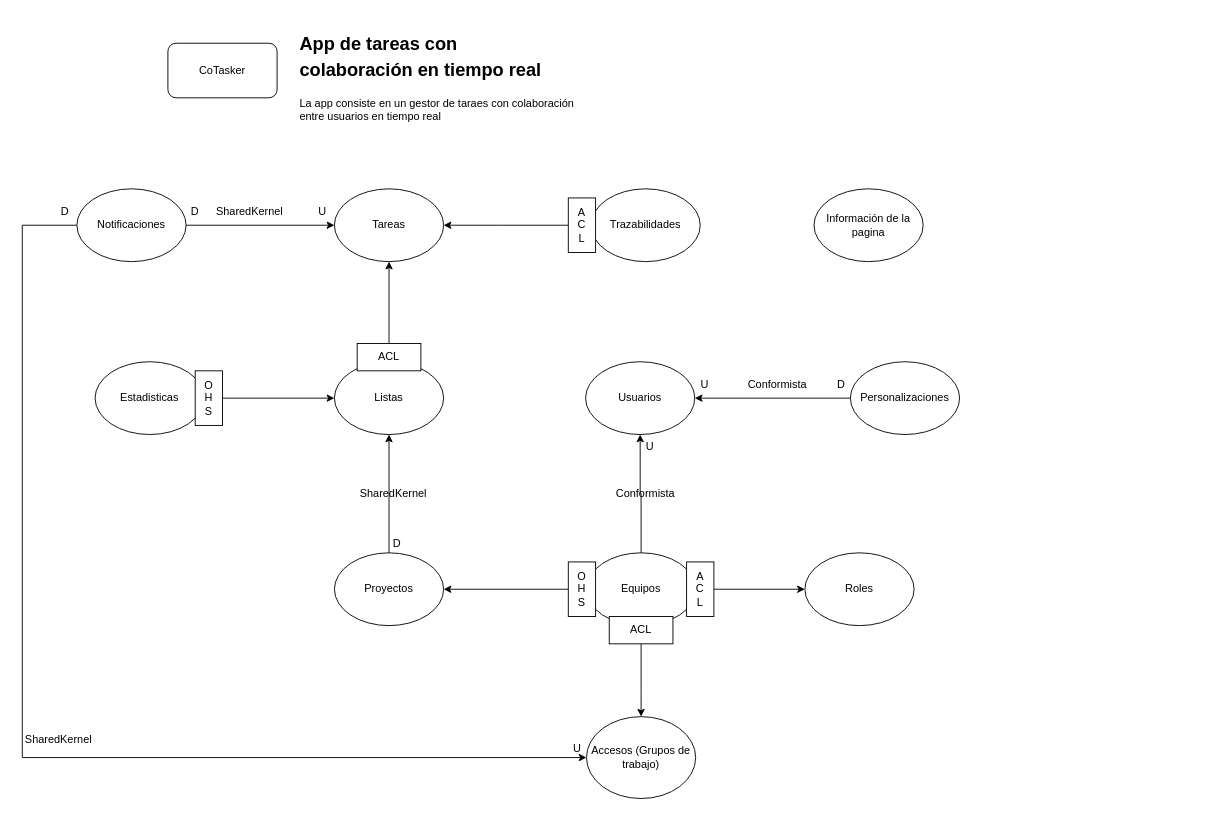
This is page "BoundedContext" (2 of 14) of CoTasker_BoundedContext.drawio from Migue1409-KP/DOO-working-group, a draw.io file, before an edit. Source tidied: cells renumbered, new cells numbered last; positions are measured from the earlier drawing's top-left corner, leaving out a move shared by most shapes. Both pictures are drawn from the tidied source at 91%, with x=0, y=0 at pixel (22, 25).
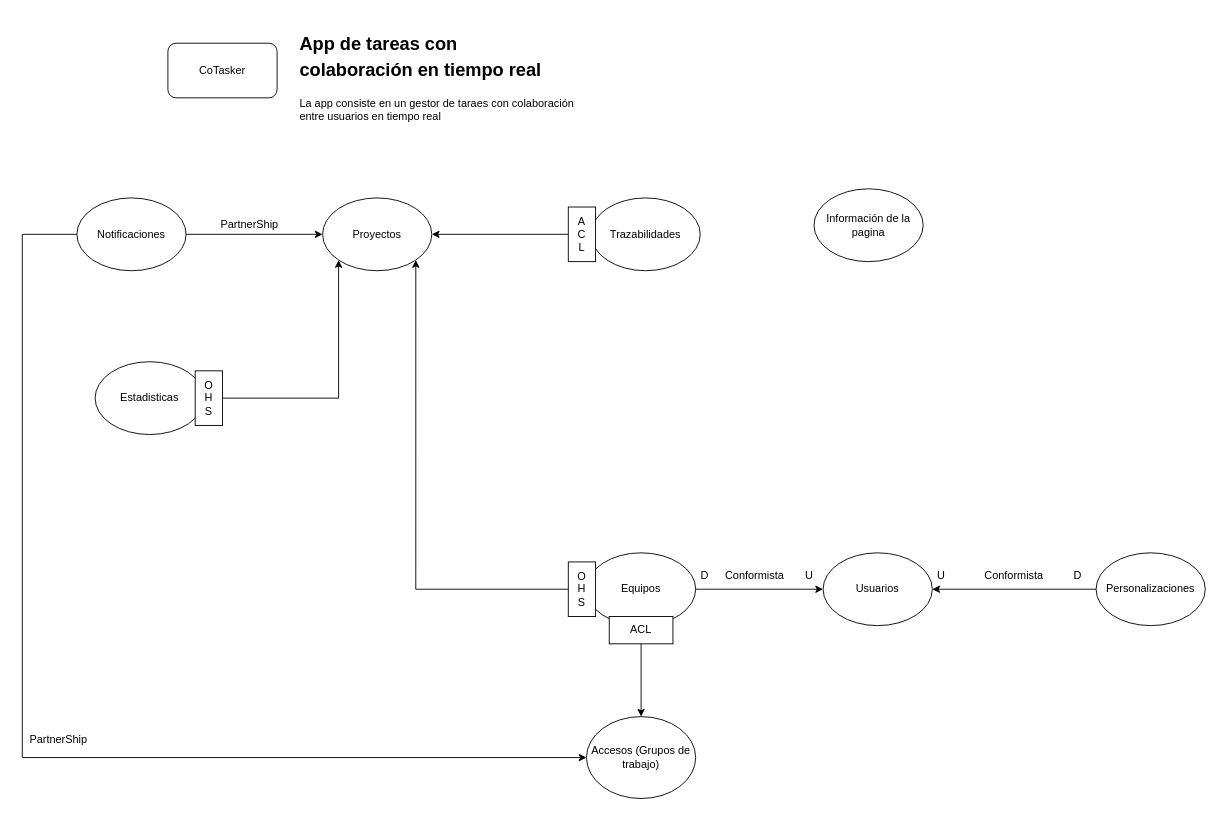
After the change.

Commit message (it also covers changes not shown here):
Integrar Proyectos,listaTareas y tareas en Proyectos. Integrar rolcon Equipo

The change refers to these unchanged cells:
```xml
<mxCell id="7" value="Equipos" style="ellipse;whiteSpace=wrap;html=1;" parent="1" vertex="1">
  <mxGeometry x="620" y="580" width="120" height="80" as="geometry" />
</mxCell>
<mxCell id="16" value="Accesos (Grupos de trabajo)" style="ellipse;whiteSpace=wrap;html=1;" parent="1" vertex="1">
  <mxGeometry x="620" y="760" width="120" height="90" as="geometry" />
</mxCell>
<mxCell id="25" value="O&lt;br&gt;H&lt;br&gt;S" style="rounded=0;whiteSpace=wrap;html=1;" parent="1" vertex="1">
  <mxGeometry x="600" y="590" width="30" height="60" as="geometry" />
</mxCell>
<mxCell id="30" value="O&lt;br&gt;H&lt;br&gt;S" style="rounded=0;whiteSpace=wrap;html=1;" parent="1" vertex="1">
  <mxGeometry x="190" y="380" width="30" height="60" as="geometry" />
</mxCell>
```

Diff of the diagram source:
```diff
@@
-    <mxCell id="3" value="Listas" style="ellipse;whiteSpace=wrap;html=1;" parent="1" vertex="1">
-      <mxGeometry x="343" y="370" width="120" height="80" as="geometry" />
-    </mxCell>
-    <mxCell id="4" value="Tareas" style="ellipse;whiteSpace=wrap;html=1;" parent="1" vertex="1">
-      <mxGeometry x="343" y="180" width="120" height="80" as="geometry" />
-    </mxCell>
@@
-    <mxCell id="6" style="edgeStyle=orthogonalEdgeStyle;rounded=0;jettySize=auto;html=1;exitX=0.5;exitY=0;exitDx=0;exitDy=0;entryX=0.5;entryY=1;entryDx=0;entryDy=0;" parent="1" edge="1" source="7" target="8">
-      <mxGeometry relative="1" as="geometry" />
+    <mxCell id="6" style="edgeStyle=orthogonalEdgeStyle;rounded=0;jettySize=auto;html=1;exitX=1;exitY=0.5;exitDx=0;exitDy=0;entryX=0;entryY=0.5;entryDx=0;entryDy=0;" parent="1" edge="1" source="7" target="8">
+      <mxGeometry relative="1" as="geometry">
+        <Array as="points">
+          <mxPoint x="860" y="620" />
+        </Array>
+      </mxGeometry>
     </mxCell>
@@
     <mxCell id="8" value="Usuarios" style="ellipse;whiteSpace=wrap;html=1;" parent="1" vertex="1">
-      <mxGeometry x="619" y="370" width="120" height="80" as="geometry" />
+      <mxGeometry x="880" y="580" width="120" height="80" as="geometry" />
     </mxCell>
-    <mxCell id="9" value="Roles" style="ellipse;whiteSpace=wrap;html=1;" parent="1" vertex="1">
-      <mxGeometry x="860" y="580" width="120" height="80" as="geometry" />
-    </mxCell>
     <mxCell id="10" value="Trazabilidades" style="ellipse;whiteSpace=wrap;html=1;" parent="1" vertex="1">
-      <mxGeometry x="625" y="180" width="120" height="80" as="geometry" />
+      <mxGeometry x="625" y="190" width="120" height="80" as="geometry" />
     </mxCell>
-    <mxCell id="11" style="edgeStyle=orthogonalEdgeStyle;rounded=0;jettySize=auto;html=1;exitX=0.5;exitY=0;exitDx=0;exitDy=0;entryX=0.5;entryY=1;entryDx=0;entryDy=0;" parent="1" edge="1" source="12" target="3">
-      <mxGeometry relative="1" as="geometry" />
-    </mxCell>
     <mxCell id="12" value="Proyectos" style="ellipse;whiteSpace=wrap;html=1;" parent="1" vertex="1">
-      <mxGeometry x="343" y="580" width="120" height="80" as="geometry" />
+      <mxGeometry x="330" y="190" width="120" height="80" as="geometry" />
     </mxCell>
@@
     <mxCell id="14" value="Personalizaciones" style="ellipse;whiteSpace=wrap;html=1;" parent="1" vertex="1">
-      <mxGeometry x="910" y="370" width="120" height="80" as="geometry" />
+      <mxGeometry x="1180" y="580" width="120" height="80" as="geometry" />
     </mxCell>
@@
     <mxCell id="17" style="edgeStyle=orthogonalEdgeStyle;rounded=0;jettySize=auto;html=1;exitX=0;exitY=0.5;exitDx=0;exitDy=0;entryX=0;entryY=0.5;entryDx=0;entryDy=0;" parent="1" edge="1" source="18" target="16">
       <mxGeometry relative="1" as="geometry">
         <Array as="points">
-          <mxPoint y="220" />
+          <mxPoint y="230" />
           <mxPoint y="805" />
         </Array>
       </mxGeometry>
     </mxCell>
     <mxCell id="18" value="Notificaciones" style="ellipse;whiteSpace=wrap;html=1;" parent="1" vertex="1">
-      <mxGeometry x="60" y="180" width="120" height="80" as="geometry" />
+      <mxGeometry x="60" y="190" width="120" height="80" as="geometry" />
     </mxCell>
-    <mxCell id="19" style="edgeStyle=orthogonalEdgeStyle;rounded=0;jettySize=auto;html=1;entryX=1;entryY=0.5;entryDx=0;entryDy=0;" parent="1" edge="1" source="20" target="4">
+    <mxCell id="19" style="edgeStyle=orthogonalEdgeStyle;rounded=0;jettySize=auto;html=1;entryX=1;entryY=0.5;entryDx=0;entryDy=0;exitX=0;exitY=0.5;exitDx=0;exitDy=0;" parent="1" edge="1" source="20" target="12">
       <mxGeometry relative="1" as="geometry">
         <Array as="points">
-          <mxPoint x="523" y="220" />
-          <mxPoint x="523" y="220" />
+          <mxPoint x="600" y="230" />
         </Array>
       </mxGeometry>
     </mxCell>
     <mxCell id="20" value="A&lt;br&gt;C&lt;br&gt;L" style="rounded=0;whiteSpace=wrap;html=1;" parent="1" vertex="1">
-      <mxGeometry x="600" y="190" width="30" height="60" as="geometry" />
+      <mxGeometry x="600" y="200" width="30" height="60" as="geometry" />
     </mxCell>
-    <mxCell id="21" value="SharedKernel" style="text;html=1;strokeColor=none;fillColor=none;align=center;verticalAlign=middle;whiteSpace=wrap;rounded=0;" parent="1" vertex="1">
-      <mxGeometry x="378" y="500" width="60" height="30" as="geometry" />
-    </mxCell>
-    <mxCell id="22" value="U" style="text;html=1;strokeColor=none;fillColor=none;align=center;verticalAlign=middle;whiteSpace=wrap;rounded=0;" parent="1" vertex="1">
-      <mxGeometry x="300" y="190" width="60" height="30" as="geometry" />
-    </mxCell>
-    <mxCell id="23" value="D" style="text;html=1;strokeColor=none;fillColor=none;align=center;verticalAlign=middle;whiteSpace=wrap;rounded=0;" parent="1" vertex="1">
-      <mxGeometry x="382" y="555" width="60" height="30" as="geometry" />
-    </mxCell>
-    <mxCell id="24" style="edgeStyle=orthogonalEdgeStyle;rounded=0;jettySize=auto;html=1;exitX=0;exitY=0.5;exitDx=0;exitDy=0;entryX=1;entryY=0.5;entryDx=0;entryDy=0;" parent="1" edge="1" source="25" target="12">
-      <mxGeometry relative="1" as="geometry" />
+    <mxCell id="24" style="edgeStyle=orthogonalEdgeStyle;rounded=0;jettySize=auto;html=1;exitX=0;exitY=0.5;exitDx=0;exitDy=0;entryX=1;entryY=1;entryDx=0;entryDy=0;" parent="1" edge="1" target="12">
+      <mxGeometry relative="1" as="geometry">
+        <mxPoint x="630" y="620" as="sourcePoint" />
+        <Array as="points">
+          <mxPoint x="432" y="620" />
+        </Array>
+      </mxGeometry>
     </mxCell>
@@
-    <mxCell id="26" style="edgeStyle=orthogonalEdgeStyle;rounded=0;jettySize=auto;html=1;entryX=0;entryY=0.5;entryDx=0;entryDy=0;exitX=1;exitY=0.5;exitDx=0;exitDy=0;" parent="1" edge="1" source="18" target="4">
+    <mxCell id="26" style="edgeStyle=orthogonalEdgeStyle;rounded=0;jettySize=auto;html=1;entryX=0;entryY=0.5;entryDx=0;entryDy=0;exitX=1;exitY=0.5;exitDx=0;exitDy=0;" parent="1" edge="1" source="18" target="12">
       <mxGeometry relative="1" as="geometry" />
     </mxCell>
-    <mxCell id="27" style="edgeStyle=orthogonalEdgeStyle;rounded=0;jettySize=auto;html=1;" parent="1" edge="1" source="28" target="4">
-      <mxGeometry relative="1" as="geometry" />
-    </mxCell>
-    <mxCell id="28" value="ACL" style="rounded=0;whiteSpace=wrap;html=1;" parent="1" vertex="1">
-      <mxGeometry x="368" y="350" width="70" height="30" as="geometry" />
-    </mxCell>
-    <mxCell id="29" style="edgeStyle=orthogonalEdgeStyle;rounded=0;jettySize=auto;html=1;entryX=0;entryY=0.5;entryDx=0;entryDy=0;" parent="1" edge="1" source="30" target="3">
-      <mxGeometry relative="1" as="geometry" />
-    </mxCell>
+    <mxCell id="48" style="edgeStyle=orthogonalEdgeStyle;rounded=0;jettySize=auto;html=1;entryX=0;entryY=1;entryDx=0;entryDy=0;" parent="1" edge="1" source="30" target="12">
+      <mxGeometry relative="1" as="geometry" />
+    </mxCell>
@@
     <mxCell id="31" value="Conformista" style="text;html=1;strokeColor=none;fillColor=none;align=center;verticalAlign=middle;whiteSpace=wrap;rounded=0;" parent="1" vertex="1">
-      <mxGeometry x="800" y="380" width="60" height="30" as="geometry" />
+      <mxGeometry x="1060" y="590" width="60" height="30" as="geometry" />
     </mxCell>
     <mxCell id="32" value="D" style="text;html=1;strokeColor=none;fillColor=none;align=center;verticalAlign=middle;whiteSpace=wrap;rounded=0;" parent="1" vertex="1">
-      <mxGeometry x="870" y="380" width="60" height="30" as="geometry" />
+      <mxGeometry x="1130" y="590" width="60" height="30" as="geometry" />
     </mxCell>
     <mxCell id="33" value="U" style="text;html=1;strokeColor=none;fillColor=none;align=center;verticalAlign=middle;whiteSpace=wrap;rounded=0;" parent="1" vertex="1">
-      <mxGeometry x="720" y="380" width="60" height="30" as="geometry" />
+      <mxGeometry x="980" y="590" width="60" height="30" as="geometry" />
     </mxCell>
-    <mxCell id="34" style="edgeStyle=orthogonalEdgeStyle;rounded=0;jettySize=auto;html=1;entryX=0;entryY=0.5;entryDx=0;entryDy=0;" parent="1" edge="1" source="35" target="9">
-      <mxGeometry relative="1" as="geometry" />
-    </mxCell>
-    <mxCell id="35" value="A&lt;br&gt;C&lt;br&gt;L" style="rounded=0;whiteSpace=wrap;html=1;" parent="1" vertex="1">
-      <mxGeometry x="730" y="590" width="30" height="60" as="geometry" />
-    </mxCell>
@@
     <mxCell id="41" value="Conformista" style="text;html=1;strokeColor=none;fillColor=none;align=center;verticalAlign=middle;whiteSpace=wrap;rounded=0;" parent="1" vertex="1">
-      <mxGeometry x="655" y="500" width="60" height="30" as="geometry" />
+      <mxGeometry x="775" y="590" width="60" height="30" as="geometry" />
     </mxCell>
     <mxCell id="42" value="U" style="text;html=1;strokeColor=none;fillColor=none;align=center;verticalAlign=middle;whiteSpace=wrap;rounded=0;" parent="1" vertex="1">
-      <mxGeometry x="660" y="449" width="60" height="30" as="geometry" />
+      <mxGeometry x="835" y="590" width="60" height="30" as="geometry" />
     </mxCell>
-    <mxCell id="43" value="D" style="text;html=1;strokeColor=none;fillColor=none;align=center;verticalAlign=middle;whiteSpace=wrap;rounded=0;" parent="1" vertex="1">
-      <mxGeometry x="160" y="190" width="60" height="30" as="geometry" />
-    </mxCell>
-    <mxCell id="44" value="SharedKernel" style="text;html=1;strokeColor=none;fillColor=none;align=center;verticalAlign=middle;whiteSpace=wrap;rounded=0;" parent="1" vertex="1">
-      <mxGeometry x="220" y="190" width="60" height="30" as="geometry" />
+    <mxCell id="44" value="PartnerShip" style="text;html=1;strokeColor=none;fillColor=none;align=center;verticalAlign=middle;whiteSpace=wrap;rounded=0;" parent="1" vertex="1">
+      <mxGeometry x="220" y="205" width="60" height="30" as="geometry" />
     </mxCell>
-    <mxCell id="45" value="SharedKernel" style="text;html=1;strokeColor=none;fillColor=none;align=center;verticalAlign=middle;whiteSpace=wrap;rounded=0;" parent="1" vertex="1">
-      <mxGeometry x="10" y="770" width="60" height="30" as="geometry" />
-    </mxCell>
-    <mxCell id="46" value="D" style="text;html=1;strokeColor=none;fillColor=none;align=center;verticalAlign=middle;whiteSpace=wrap;rounded=0;" parent="1" vertex="1">
-      <mxGeometry x="17" y="190" width="60" height="30" as="geometry" />
-    </mxCell>
-    <mxCell id="47" value="U" style="text;html=1;strokeColor=none;fillColor=none;align=center;verticalAlign=middle;whiteSpace=wrap;rounded=0;" parent="1" vertex="1">
-      <mxGeometry x="580" y="780" width="60" height="30" as="geometry" />
-    </mxCell>
+    <mxCell id="49" value="D" style="text;html=1;strokeColor=none;fillColor=none;align=center;verticalAlign=middle;whiteSpace=wrap;rounded=0;" parent="1" vertex="1">
+      <mxGeometry x="720" y="590" width="60" height="30" as="geometry" />
+    </mxCell>
+    <mxCell id="50" value="PartnerShip" style="text;html=1;strokeColor=none;fillColor=none;align=center;verticalAlign=middle;whiteSpace=wrap;rounded=0;" parent="1" vertex="1">
+      <mxGeometry x="10" y="770" width="60" height="30" as="geometry" />
+    </mxCell>
```
